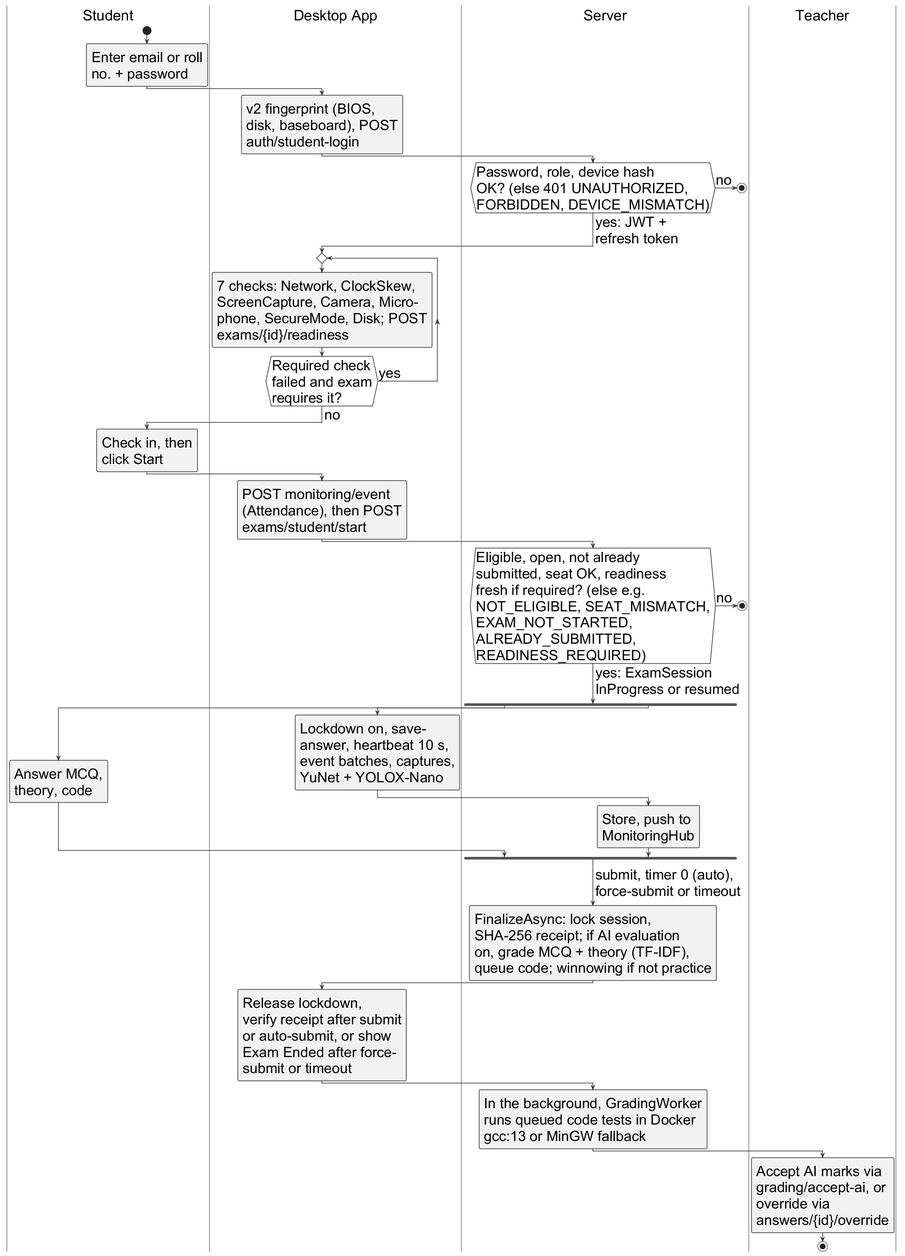
Haiderali27-hub/AI-Lab-Monitoring- keeps this PlantUML diagram as important docs/fyp_doc_3chatp/Figures/activity_diagram.png. Above is the earlier version.
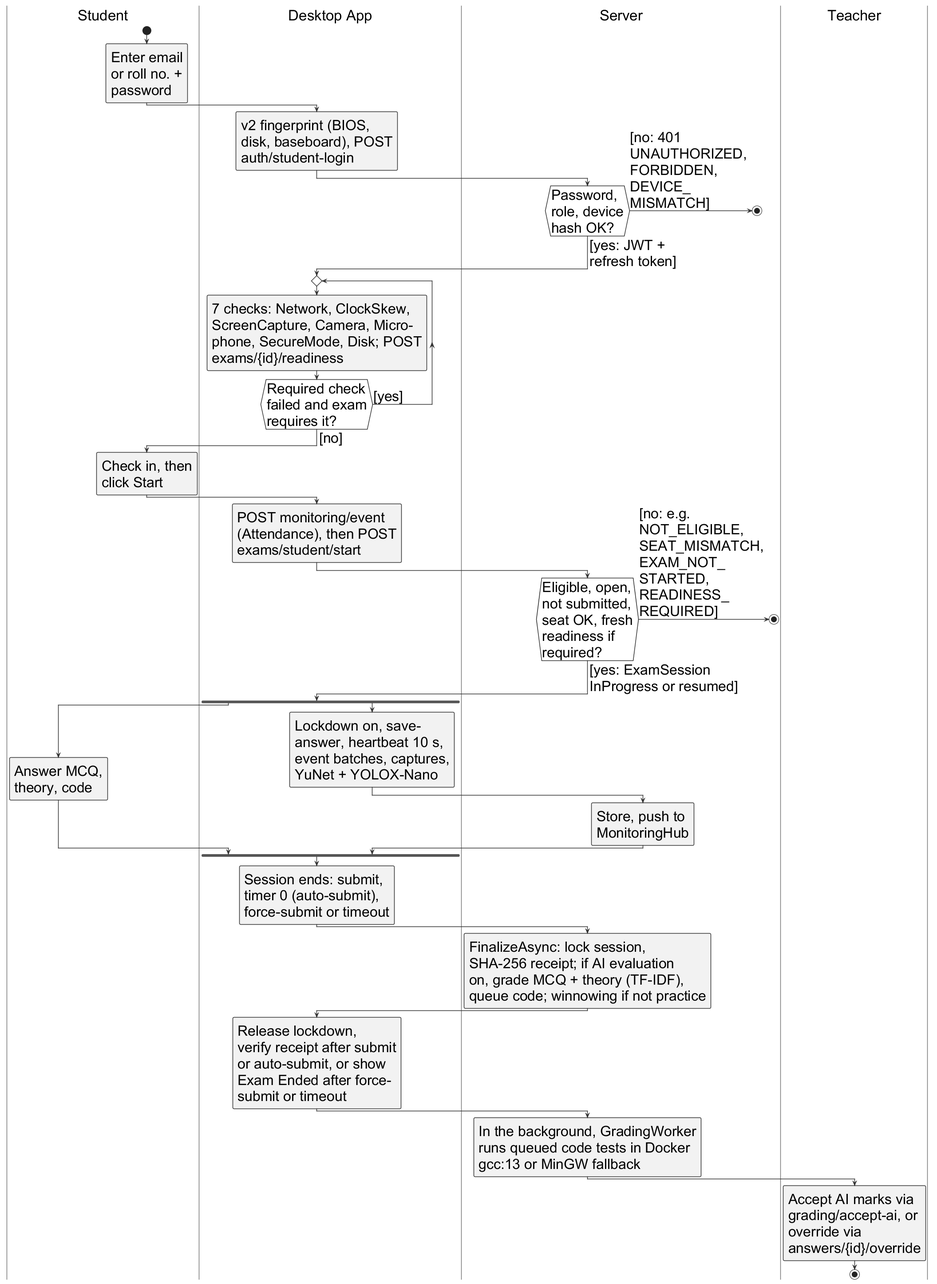
The same file after the commit.

What changed in the source:
```diff
@@ -13,18 +13,23 @@
 
 |Student|
 start
-:Enter email or roll
-no. + password;
+:Enter email
+or roll no. +
+password;
 |Desktop App|
 :v2 fingerprint (BIOS,
 disk, baseboard), POST
 auth/student-login;
 |Server|
-if (Password, role, device hash
-OK? (else 401 UNAUTHORIZED,
-FORBIDDEN, DEVICE_MISMATCH)) then (no)
+if (Password,
+role, device
+hash OK?) then ([no: 401
+UNAUTHORIZED,
+FORBIDDEN,
+DEVICE_
+MISMATCH])
   stop
-else (yes: JWT +\nrefresh token)
+else ([yes: JWT +\nrefresh token])
 endif
 |Desktop App|
 repeat
@@ -34,8 +39,8 @@
 exams/{id}/readiness;
 repeat while (Required check
 failed and exam
-requires it?) is (yes)
--> no;
+requires it?) is ([yes])
+-> [no];
 |Student|
 :Check in, then
 click Start;
@@ -44,16 +49,21 @@
 (Attendance), then POST
 exams/student/start;
 |Server|
-if (Eligible, open, not already
-submitted, seat OK, readiness
-fresh if required? (else e.g.
-NOT_ELIGIBLE, SEAT_MISMATCH,
-EXAM_NOT_STARTED,
-ALREADY_SUBMITTED,
-READINESS_REQUIRED)) then (no)
+if (Eligible, open,
+not submitted,
+seat OK, fresh
+readiness if
+required?) then ([no: e.g.
+NOT_ELIGIBLE,
+SEAT_MISMATCH,
+EXAM_NOT_
+STARTED,
+READINESS_
+REQUIRED])
   stop
-else (yes: ExamSession\nInProgress or resumed)
+else ([yes: ExamSession\nInProgress or resumed])
 endif
+|Desktop App|
 fork
   |Student|
   :Answer MCQ,
@@ -67,8 +77,12 @@
   |Server|
   :Store, push to
   MonitoringHub;
+  |Desktop App|
 end fork
--> submit, timer 0 (auto),\nforce-submit or timeout;
+:Session ends: submit,
+timer 0 (auto-submit),
+force-submit or timeout;
+|Server|
 :FinalizeAsync: lock session,
 SHA-256 receipt; if AI evaluation
 on, grade MCQ + theory (TF-IDF),
```
